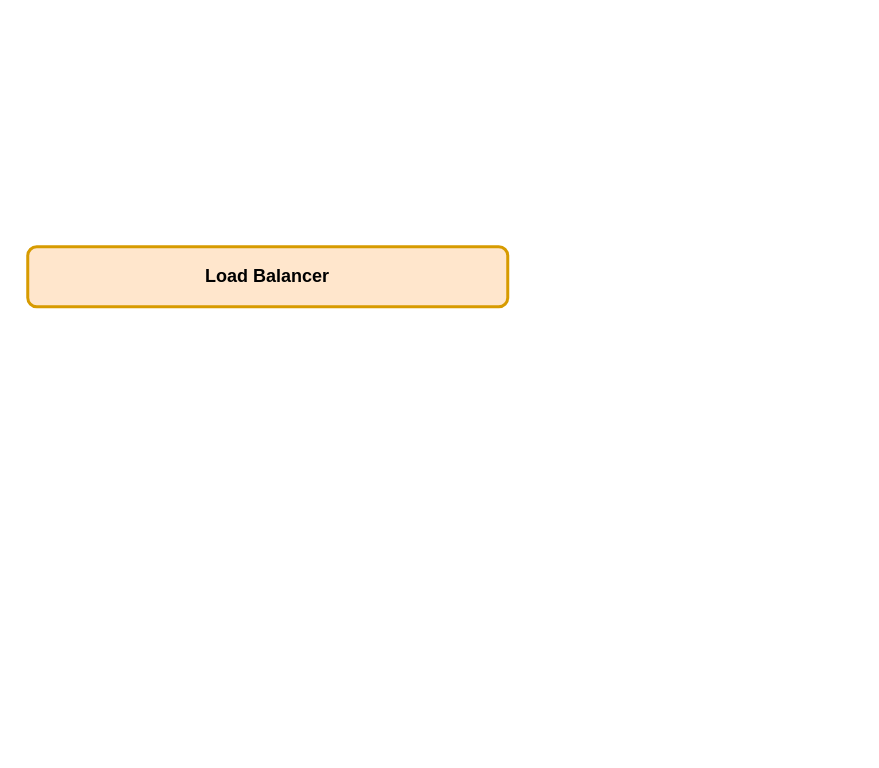
This is Diagrams/Untitled Diagram.drawio from tmatthysen/Ayo_Project, a draw.io file, before an edit. Source tidied: cells renumbered, new cells numbered last; positions are measured from the earlier drawing's top-left corner, leaving out a move shared by most shapes. Both pictures are drawn from the tidied source at 150%, with x=0, y=0 at pixel (27, 246).
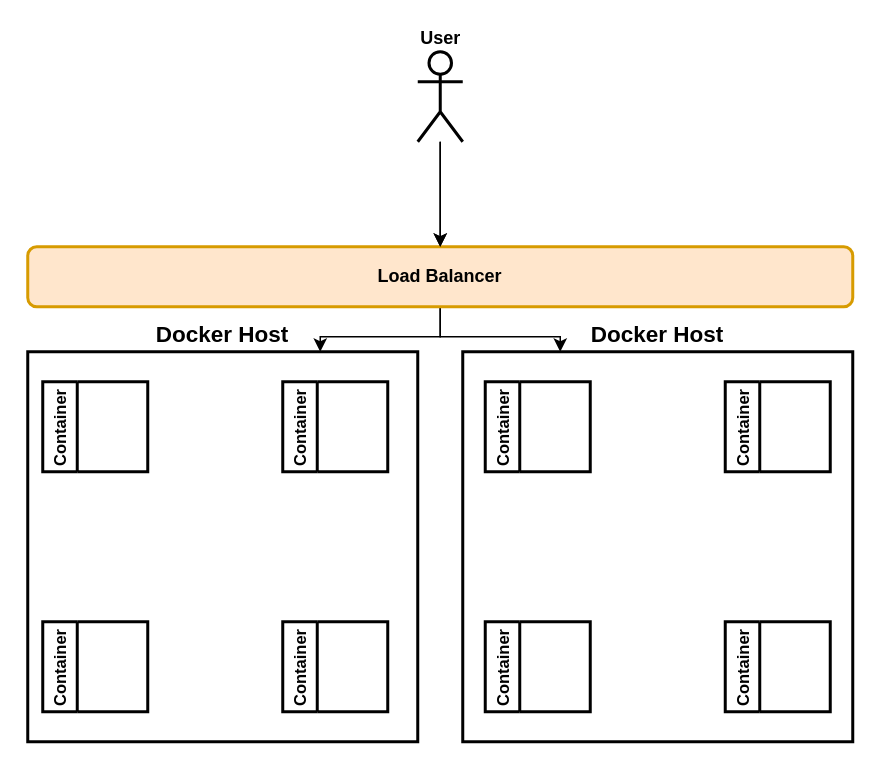
After the change.

The edit, as a diff of the source:
```diff
@@
 <mxGraphModel>
   <root>
     <mxCell id="0" />
     <mxCell id="1" parent="0" />
+    <mxCell id="3" style="edgeStyle=orthogonalEdgeStyle;rounded=0;jettySize=auto;html=1;entryX=0.75;entryY=0;entryDx=0;entryDy=0;fontSize=15;" parent="1" edge="1" source="2" target="9">
+      <mxGeometry relative="1" as="geometry" />
+    </mxCell>
+    <mxCell id="4" style="edgeStyle=orthogonalEdgeStyle;rounded=0;jettySize=auto;html=1;entryX=0.25;entryY=0;entryDx=0;entryDy=0;fontSize=15;" parent="1" edge="1" source="2" target="8">
+      <mxGeometry relative="1" as="geometry" />
+    </mxCell>
     <mxCell id="2" value="Load Balancer" style="rounded=1;whiteSpace=wrap;html=1;fillColor=#ffe6cc;strokeColor=#d79b00;strokeWidth=2;fontStyle=1;" parent="1" vertex="1">
-      <mxGeometry width="320" height="40" as="geometry" />
+      <mxGeometry width="550" height="40" as="geometry" />
     </mxCell>
+    <mxCell id="5" style="edgeStyle=orthogonalEdgeStyle;rounded=0;jettySize=auto;html=1;" parent="1" edge="1" source="7" target="2">
+      <mxGeometry relative="1" as="geometry" />
+    </mxCell>
+    <mxCell id="6" style="edgeStyle=orthogonalEdgeStyle;rounded=0;jettySize=auto;html=1;" parent="1" edge="1" source="7" target="2">
+      <mxGeometry relative="1" as="geometry" />
+    </mxCell>
+    <mxCell id="7" value="User" style="shape=umlActor;verticalLabelPosition=top;verticalAlign=bottom;html=1;strokeWidth=2;fontStyle=1;labelPosition=center;align=center;" parent="1" vertex="1">
+      <mxGeometry x="260" y="-130" width="30" height="60" as="geometry" />
+    </mxCell>
+    <mxCell id="8" value="Docker Host" style="whiteSpace=wrap;html=1;strokeWidth=2;labelPosition=center;verticalLabelPosition=top;align=center;verticalAlign=bottom;fontStyle=1;fontSize=15;" parent="1" vertex="1">
+      <mxGeometry x="290" y="70" width="260" height="260" as="geometry" />
+    </mxCell>
+    <mxCell id="9" value="Docker Host" style="whiteSpace=wrap;html=1;strokeWidth=2;labelPosition=center;verticalLabelPosition=top;align=center;verticalAlign=bottom;fontStyle=1;fontSize=15;" parent="1" vertex="1">
+      <mxGeometry y="70" width="260" height="260" as="geometry" />
+    </mxCell>
+    <mxCell id="10" value="Container" style="swimlane;horizontal=0;fontSize=11;strokeWidth=2;startSize=23;" parent="1" vertex="1">
+      <mxGeometry x="10" y="90" width="70" height="60" as="geometry" />
+    </mxCell>
+    <mxCell id="11" value="Container" style="swimlane;horizontal=0;fontSize=11;strokeWidth=2;startSize=23;" parent="1" vertex="1">
+      <mxGeometry x="170" y="250" width="70" height="60" as="geometry" />
+    </mxCell>
+    <mxCell id="12" value="Container" style="swimlane;horizontal=0;fontSize=11;strokeWidth=2;startSize=23;" parent="1" vertex="1">
+      <mxGeometry x="170" y="90" width="70" height="60" as="geometry" />
+    </mxCell>
+    <mxCell id="13" value="Container" style="swimlane;horizontal=0;fontSize=11;strokeWidth=2;startSize=23;" parent="1" vertex="1">
+      <mxGeometry x="10" y="250" width="70" height="60" as="geometry" />
+    </mxCell>
+    <mxCell id="14" value="Container" style="swimlane;horizontal=0;fontSize=11;strokeWidth=2;startSize=23;" parent="1" vertex="1">
+      <mxGeometry x="305" y="90" width="70" height="60" as="geometry" />
+    </mxCell>
+    <mxCell id="15" value="Container" style="swimlane;horizontal=0;fontSize=11;strokeWidth=2;startSize=23;" parent="1" vertex="1">
+      <mxGeometry x="465" y="250" width="70" height="60" as="geometry" />
+    </mxCell>
+    <mxCell id="16" value="Container" style="swimlane;horizontal=0;fontSize=11;strokeWidth=2;startSize=23;" parent="1" vertex="1">
+      <mxGeometry x="465" y="90" width="70" height="60" as="geometry" />
+    </mxCell>
+    <mxCell id="17" value="Container" style="swimlane;horizontal=0;fontSize=11;strokeWidth=2;startSize=23;" parent="1" vertex="1">
+      <mxGeometry x="305" y="250" width="70" height="60" as="geometry" />
+    </mxCell>
   </root>
 </mxGraphModel>
```
